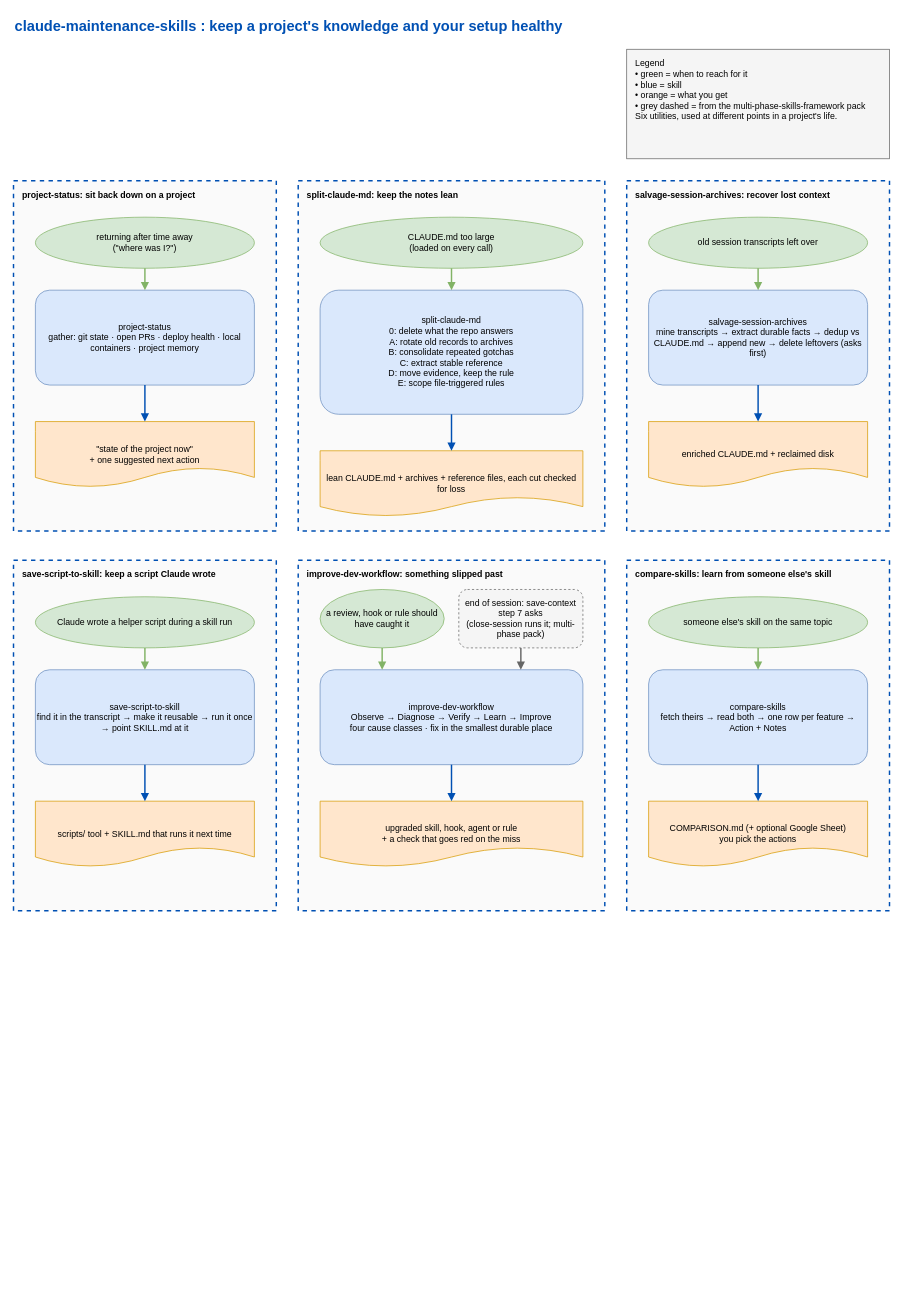
The draw.io diagram docs/maintenance-flow.drawio in eranw2000/claude-maintenance-skills, before the edit. Source tidied: cells renumbered, new cells numbered last; positions are measured from the earlier drawing's top-left corner, leaving out a move shared by most shapes. Both pictures are drawn from the tidied source at 73%, with x=0, y=0 at pixel (13, 12).
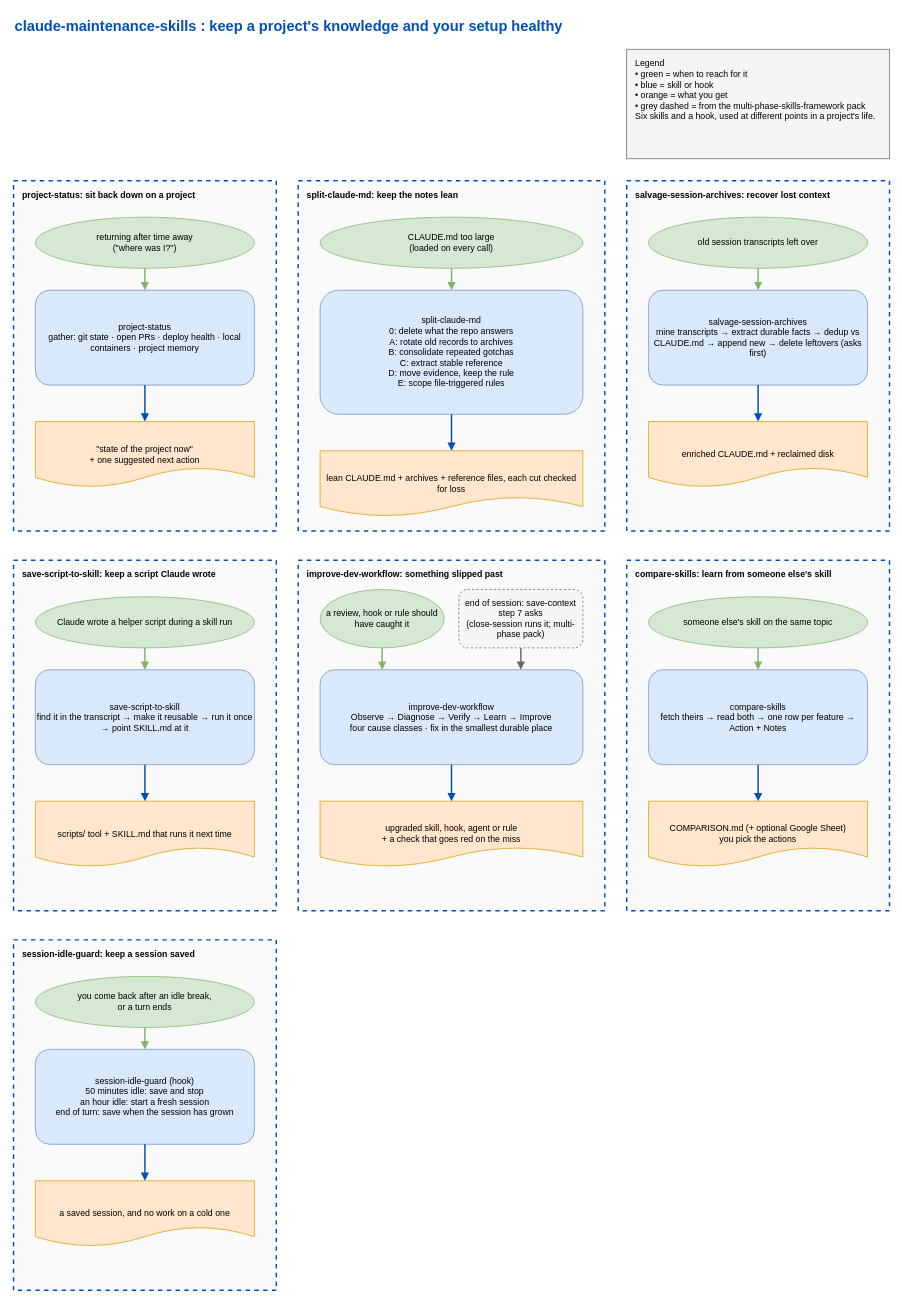
The same page after the edit.

Commit message (it also covers changes not shown here):
split-claude-md: real run sizes and a size estimate in the report; diagram names the idle hook (#12)

Change to the diagram source:
```diff
@@
-    <mxCell id="3" value="Legend&#10;• green = when to reach for it&#10;• blue = skill&#10;• orange = what you get&#10;• grey dashed = from the multi-phase-skills-framework pack&#10;Six utilities, used at different points in a project's life." style="rounded=0;fillColor=#f5f5f5;strokeColor=#666666;verticalAlign=top;align=left;spacingLeft=10;spacingTop=6;whiteSpace=wrap;html=1;" parent="1" vertex="1">
+    <mxCell id="3" value="Legend&#10;• green = when to reach for it&#10;• blue = skill or hook&#10;• orange = what you get&#10;• grey dashed = from the multi-phase-skills-framework pack&#10;Six skills and a hook, used at different points in a project's life." style="rounded=0;fillColor=#f5f5f5;strokeColor=#666666;verticalAlign=top;align=left;spacingLeft=10;spacingTop=6;whiteSpace=wrap;html=1;" parent="1" vertex="1">
       <mxGeometry x="840" y="50" width="360" height="150" as="geometry" />
     </mxCell>
@@
+    <mxCell id="42" value="session-idle-guard: keep a session saved" style="rounded=0;fillColor=#fafafa;strokeColor=#0050b3;fontStyle=1;verticalAlign=top;align=left;spacingLeft=10;spacingTop=6;dashed=1;strokeWidth=2;html=1;whiteSpace=wrap;" parent="1" vertex="1">
+      <mxGeometry y="1270" width="360" height="480" as="geometry" />
+    </mxCell>
+    <mxCell id="43" value="session-idle-guard (hook)&#10;50 minutes idle: save and stop&#10;an hour idle: start a fresh session&#10;end of turn: save when the session has grown" style="rounded=1;fillColor=#dae8fc;strokeColor=#6c8ebf;html=1;whiteSpace=wrap;" parent="1" vertex="1">
+      <mxGeometry x="30" y="1420" width="300" height="130" as="geometry" />
+    </mxCell>
+    <mxCell id="44" value="you come back after an idle break,&#10;or a turn ends" style="ellipse;fillColor=#d5e8d4;strokeColor=#82b366;html=1;whiteSpace=wrap;" parent="1" vertex="1">
+      <mxGeometry x="30" y="1320" width="300" height="70" as="geometry" />
+    </mxCell>
+    <mxCell id="45" style="edgeStyle=orthogonalEdgeStyle;rounded=0;html=1;endArrow=block;endFill=1;strokeWidth=2;strokeColor=#82b366;exitX=0.5;exitY=1;exitDx=0;exitDy=0;entryX=0.5;entryY=0;entryDx=0;entryDy=0;" parent="1" edge="1" source="44" target="43">
+      <mxGeometry relative="1" as="geometry" />
+    </mxCell>
+    <mxCell id="46" value="a saved session, and no work on a cold one" style="shape=document;fillColor=#ffe6cc;strokeColor=#d79b00;html=1;whiteSpace=wrap;" parent="1" vertex="1">
+      <mxGeometry x="30" y="1600" width="300" height="90" as="geometry" />
+    </mxCell>
+    <mxCell id="47" style="edgeStyle=orthogonalEdgeStyle;rounded=0;html=1;endArrow=block;endFill=1;strokeWidth=2;strokeColor=#0050b3;exitX=0.5;exitY=1;exitDx=0;exitDy=0;entryX=0.5;entryY=0;entryDx=0;entryDy=0;" parent="1" edge="1" source="43" target="46">
+      <mxGeometry relative="1" as="geometry" />
+    </mxCell>
```
